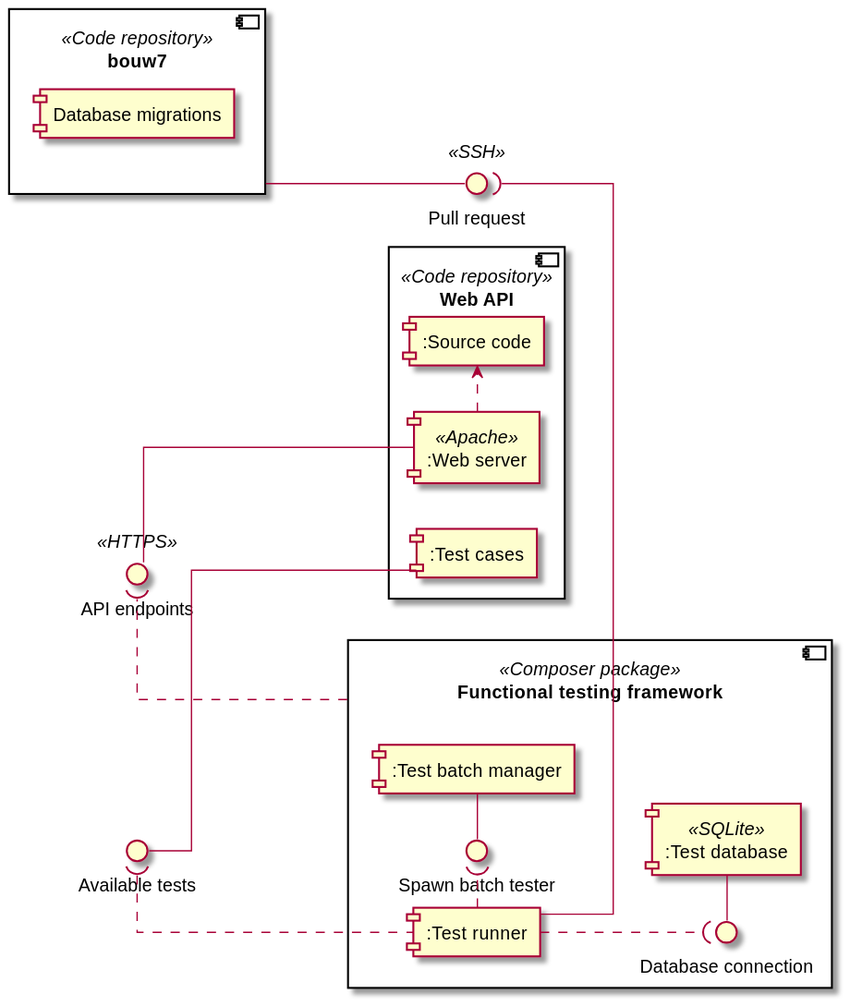
Above: out/Development/ComponentDiagram/Component diagram.svg in dannypas00/bouw7-uml (PlantUML), before the change. Its diagram source:
```plantuml
@startuml Component diagram
skinparam Linetype ortho
skinparam componentStyle uml1
left to right direction

together {
    component "Web API" <<Code repository>> as web_api {
        component ":Test cases" as test_cases
        component ":Web server" <<Apache>> as api_server
        component ":Source code" as source
    }

    component "Functional testing framework" <<Composer package>> as framework {
        component ":Test runner" as runner
        component ":Test batch manager" as manager
        component ":Test database" <<SQLite>> as test_db
        interface "Database connection" as sqlite_conn
        interface "Spawn batch tester" as spawn
    }
}

component "bouw7" <<Code repository>> as bouw7 {
    component "Database migrations" as migrations
}

interface "Pull request" <<SSH>> as bouw7_pull
interface "API endpoints" <<HTTPS>> as endpoints
interface "Available tests" as tests

bouw7 -- bouw7_pull
runner -( bouw7_pull

endpoints -- api_server
framework .( endpoints

tests -- test_cases
tests ). runner

api_server .> source

sqlite_conn - test_db
runner ..( sqlite_conn

spawn - manager
runner .( spawn
@enduml
```
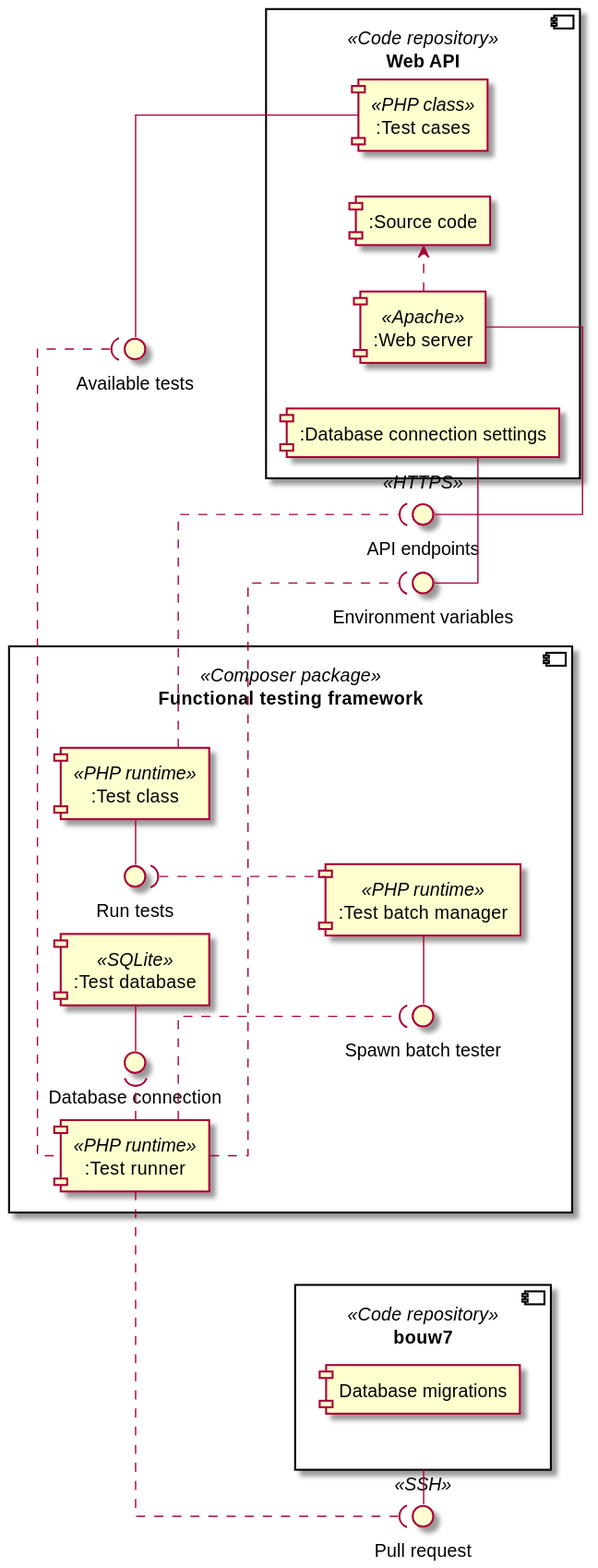
After the change.

Commit message:
Updated component diagram

Change to the diagram source:
```diff
@@ -5,33 +5,43 @@
 
 together {
     component "Web API" <<Code repository>> as web_api {
-        component ":Test cases" as test_cases
+        component ":Test cases" <<PHP class>> as test_cases
         component ":Web server" <<Apache>> as api_server
         component ":Source code" as source
+        component ":Database connection settings" as db_conn
     }
+    interface "API endpoints" <<HTTPS>> as endpoints
+    interface "Available tests" as tests
+    interface "Environment variables" as env
+}
 
-    component "Functional testing framework" <<Composer package>> as framework {
-        component ":Test runner" as runner
-        component ":Test batch manager" as manager
+component "Functional testing framework" <<Composer package>> as framework {
+    component ":Test runner" <<PHP runtime>> as runner
+    together {
+        component ":Test batch manager" <<PHP runtime>> as manager
         component ":Test database" <<SQLite>> as test_db
+        component ":Test class" <<PHP runtime>> as test
         interface "Database connection" as sqlite_conn
         interface "Spawn batch tester" as spawn
+        interface "Run tests" as run
     }
 }
 
-component "bouw7" <<Code repository>> as bouw7 {
-    component "Database migrations" as migrations
+together {
+    component "bouw7" <<Code repository>> as bouw7 {
+        component "Database migrations" as migrations
+    }
+    interface "Pull request" <<SSH>> as bouw7_pull
 }
 
-interface "Pull request" <<SSH>> as bouw7_pull
-interface "API endpoints" <<HTTPS>> as endpoints
-interface "Available tests" as tests
+db_conn - env
+runner ..( env
 
-bouw7 -- bouw7_pull
-runner -( bouw7_pull
+bouw7 - bouw7_pull
+runner ..( bouw7_pull
 
-endpoints -- api_server
-framework .( endpoints
+endpoints - api_server
+test ..( endpoints
 
 tests -- test_cases
 tests ). runner
@@ -39,8 +49,11 @@
 api_server .> source
 
 sqlite_conn - test_db
-runner ..( sqlite_conn
+runner .( sqlite_conn
 
 spawn - manager
 runner .( spawn
+
+test - run
+run ).. manager
 @enduml
```
